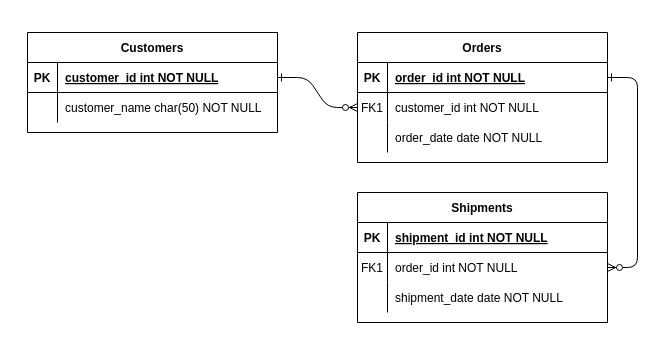
Before: Diagramme sans nom.drawio in CamilleSimon/BTS2-CIEL-IR-VoieS-rie-2024-2025, a draw.io diagram. Source tidied: cells renumbered, new cells numbered last; positions are measured from the earlier drawing's top-left corner, leaving out a move shared by most shapes. Both pictures are drawn from the tidied source at 100%, with x=0, y=0 at pixel (27, 32).
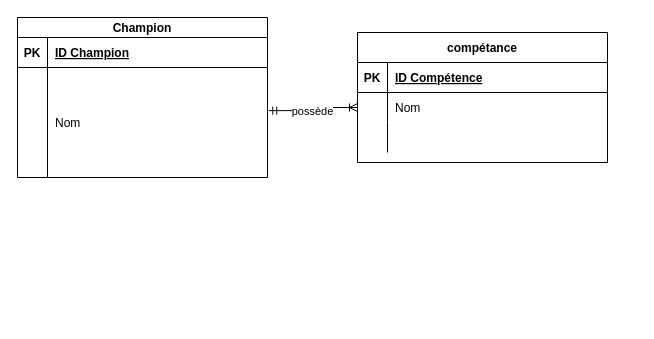
After the change.

Commit message:
Mettre à jour Diagramme sans nom.drawio

The change refers to these unchanged cells:
```xml
<mxCell id="5" style="shape=partialRectangle;fillColor=none;points=[[0,0.5],[1,0.5]];portConstraint=eastwest;top=0;left=0;right=0;bottom=1;" parent="4" vertex="1">
  <mxGeometry y="30" width="250" height="30" as="geometry" />
</mxCell>
<mxCell id="8" style="shape=partialRectangle;fillColor=none;points=[[0,0.5],[1,0.5]];portConstraint=eastwest;top=0;left=0;right=0;bottom=0;" parent="4" vertex="1">
  <mxGeometry y="60" width="250" height="30" as="geometry" />
</mxCell>
<mxCell id="11" style="shape=partialRectangle;fillColor=none;top=0;left=0;right=0;bottom=0;" parent="4" vertex="1">
  <mxGeometry y="90" width="250" height="30" as="geometry" />
</mxCell>
```

Change to the diagram source:
```diff
@@
-    <mxCell id="2" style="edgeStyle=entityRelationEdgeStyle;endArrow=ERzeroToMany;startArrow=ERone;endFill=1;startFill=0;" parent="1" edge="1" source="25" target="8">
-      <mxGeometry relative="1" as="geometry" />
-    </mxCell>
-    <mxCell id="3" style="edgeStyle=entityRelationEdgeStyle;endArrow=ERzeroToMany;startArrow=ERone;endFill=1;startFill=0;" parent="1" edge="1" source="5" target="18">
-      <mxGeometry relative="1" as="geometry" />
-    </mxCell>
-    <mxCell id="4" value="Orders" style="shape=table;startSize=30;childLayout=tableLayout;rowLines=0;fontStyle=1;align=center;" parent="1" vertex="1">
+    <mxCell id="4" value="compétance" style="shape=table;startSize=30;childLayout=tableLayout;rowLines=0;fontStyle=1;align=center;" parent="1" vertex="1">
       <mxGeometry x="330" width="250" height="130" as="geometry" />
     </mxCell>
@@
-    <mxCell id="7" value="order_id int NOT NULL " style="shape=partialRectangle;overflow=hidden;fillColor=none;top=0;left=0;bottom=0;right=0;align=left;spacingLeft=6;fontStyle=5;" parent="5" vertex="1">
+    <mxCell id="7" value="ID Compétence" style="shape=partialRectangle;overflow=hidden;fillColor=none;top=0;left=0;bottom=0;right=0;align=left;spacingLeft=6;fontStyle=5;" parent="5" vertex="1">
       <mxGeometry x="30" width="220" height="30" as="geometry" />
     </mxCell>
@@
-    <mxCell id="9" value="FK1" style="shape=partialRectangle;overflow=hidden;fillColor=none;top=0;left=0;bottom=0;right=0;" parent="8" vertex="1">
+    <mxCell id="9" style="shape=partialRectangle;overflow=hidden;fillColor=none;top=0;left=0;bottom=0;right=0;" parent="8" vertex="1">
       <mxGeometry width="30" height="30" as="geometry" />
     </mxCell>
-    <mxCell id="10" value="customer_id int NOT NULL" style="shape=partialRectangle;overflow=hidden;fillColor=none;top=0;left=0;bottom=0;right=0;align=left;spacingLeft=6;" parent="8" vertex="1">
+    <mxCell id="10" value="Nom" style="shape=partialRectangle;overflow=hidden;fillColor=none;top=0;left=0;bottom=0;right=0;align=left;spacingLeft=6;" parent="8" vertex="1">
       <mxGeometry x="30" width="220" height="30" as="geometry" />
     </mxCell>
@@
-    <mxCell id="13" value="order_date date NOT NULL" style="shape=partialRectangle;overflow=hidden;fillColor=none;top=0;left=0;bottom=0;right=0;align=left;spacingLeft=6;" parent="11" vertex="1">
+    <mxCell id="13" style="shape=partialRectangle;overflow=hidden;fillColor=none;top=0;left=0;bottom=0;right=0;align=left;spacingLeft=6;" parent="11" vertex="1">
       <mxGeometry x="30" width="220" height="30" as="geometry" />
     </mxCell>
-    <mxCell id="14" value="Shipments" style="shape=table;startSize=30;childLayout=tableLayout;rowLines=0;fontStyle=1;align=center;" parent="1" vertex="1">
-      <mxGeometry x="330" y="160" width="250" height="130" as="geometry" />
-    </mxCell>
-    <mxCell id="15" style="shape=partialRectangle;fillColor=none;top=0;left=0;right=0;bottom=1;" parent="14" vertex="1">
-      <mxGeometry y="30" width="250" height="30" as="geometry" />
-    </mxCell>
-    <mxCell id="16" value="PK" style="shape=partialRectangle;overflow=hidden;fillColor=none;top=0;left=0;bottom=0;right=0;fontStyle=1;" parent="15" vertex="1">
-      <mxGeometry width="30" height="30" as="geometry" />
-    </mxCell>
-    <mxCell id="17" value="shipment_id int NOT NULL " style="shape=partialRectangle;overflow=hidden;fillColor=none;top=0;left=0;bottom=0;right=0;align=left;spacingLeft=6;fontStyle=5;" parent="15" vertex="1">
-      <mxGeometry x="30" width="220" height="30" as="geometry" />
-    </mxCell>
-    <mxCell id="18" style="shape=partialRectangle;fillColor=none;points=[[0,0.5],[1,0.5]];portConstraint=eastwest;top=0;left=0;right=0;bottom=0;" parent="14" vertex="1">
-      <mxGeometry y="60" width="250" height="30" as="geometry" />
-    </mxCell>
-    <mxCell id="19" value="FK1" style="shape=partialRectangle;overflow=hidden;fillColor=none;top=0;left=0;bottom=0;right=0;" parent="18" vertex="1">
-      <mxGeometry width="30" height="30" as="geometry" />
-    </mxCell>
-    <mxCell id="20" value="order_id int NOT NULL" style="shape=partialRectangle;overflow=hidden;fillColor=none;top=0;left=0;bottom=0;right=0;align=left;spacingLeft=6;" parent="18" vertex="1">
-      <mxGeometry x="30" width="220" height="30" as="geometry" />
-    </mxCell>
-    <mxCell id="21" style="shape=partialRectangle;fillColor=none;top=0;left=0;right=0;bottom=0;" parent="14" vertex="1">
-      <mxGeometry y="90" width="250" height="30" as="geometry" />
-    </mxCell>
-    <mxCell id="22" style="shape=partialRectangle;overflow=hidden;fillColor=none;top=0;left=0;bottom=0;right=0;" parent="21" vertex="1">
-      <mxGeometry width="30" height="30" as="geometry" />
-    </mxCell>
-    <mxCell id="23" value="shipment_date date NOT NULL" style="shape=partialRectangle;overflow=hidden;fillColor=none;top=0;left=0;bottom=0;right=0;align=left;spacingLeft=6;" parent="21" vertex="1">
-      <mxGeometry x="30" width="220" height="30" as="geometry" />
-    </mxCell>
-    <mxCell id="24" value="Customers" style="shape=table;startSize=30;childLayout=tableLayout;rowLines=0;fontStyle=1;align=center;" parent="1" vertex="1">
-      <mxGeometry width="250" height="100" as="geometry" />
+    <mxCell id="24" value="Champion" style="shape=table;startSize=20;childLayout=tableLayout;rowLines=0;fontStyle=1;align=center;" parent="1" vertex="1">
+      <mxGeometry x="-10" y="-15" width="250" height="160" as="geometry" />
     </mxCell>
     <mxCell id="25" style="shape=partialRectangle;fillColor=none;points=[[0,0.5],[1,0.5]];portConstraint=eastwest;top=0;left=0;right=0;bottom=1;" parent="24" vertex="1">
-      <mxGeometry y="30" width="250" height="30" as="geometry" />
+      <mxGeometry y="20" width="250" height="30" as="geometry" />
     </mxCell>
@@
-    <mxCell id="27" value="customer_id int NOT NULL " style="shape=partialRectangle;overflow=hidden;fillColor=none;top=0;left=0;bottom=0;right=0;align=left;spacingLeft=6;fontStyle=5;" parent="25" vertex="1">
+    <mxCell id="27" value="ID Champion" style="shape=partialRectangle;overflow=hidden;fillColor=none;top=0;left=0;bottom=0;right=0;align=left;spacingLeft=6;fontStyle=5;" parent="25" vertex="1">
       <mxGeometry x="30" width="220" height="30" as="geometry" />
     </mxCell>
     <mxCell id="28" style="shape=partialRectangle;fillColor=none;points=[[0,0.5],[1,0.5]];portConstraint=eastwest;top=0;left=0;right=0;bottom=0;" parent="24" vertex="1">
-      <mxGeometry y="60" width="250" height="30" as="geometry" />
+      <mxGeometry y="50" width="250" height="110" as="geometry" />
     </mxCell>
     <mxCell id="29" style="shape=partialRectangle;overflow=hidden;fillColor=none;top=0;left=0;bottom=0;right=0;" parent="28" vertex="1">
-      <mxGeometry width="30" height="30" as="geometry" />
+      <mxGeometry width="30" height="110" as="geometry" />
     </mxCell>
-    <mxCell id="30" value="customer_name char(50) NOT NULL" style="shape=partialRectangle;overflow=hidden;fillColor=none;top=0;left=0;bottom=0;right=0;align=left;spacingLeft=6;" parent="28" vertex="1">
-      <mxGeometry x="30" width="220" height="30" as="geometry" />
+    <mxCell id="30" value="Nom" style="shape=partialRectangle;overflow=hidden;fillColor=none;top=0;left=0;bottom=0;right=0;align=left;spacingLeft=6;" parent="28" vertex="1">
+      <mxGeometry x="30" width="220" height="110" as="geometry" />
     </mxCell>
+    <mxCell id="31" style="edgeStyle=entityRelationEdgeStyle;fontSize=12;html=1;endArrow=ERoneToMany;startArrow=ERmandOne;rounded=0;entryX=0;entryY=0.5;entryDx=0;entryDy=0;exitX=1.005;exitY=0.392;exitDx=0;exitDy=0;exitPerimeter=0;" parent="1" edge="1" source="28" target="8">
+      <mxGeometry relative="1" as="geometry" />
+    </mxCell>
+    <mxCell id="32" value="possède" style="edgeLabel;html=1;align=center;verticalAlign=middle;" parent="31" vertex="1">
+      <mxGeometry x="-0.04" y="-2" relative="1" as="geometry" />
+    </mxCell>
```
